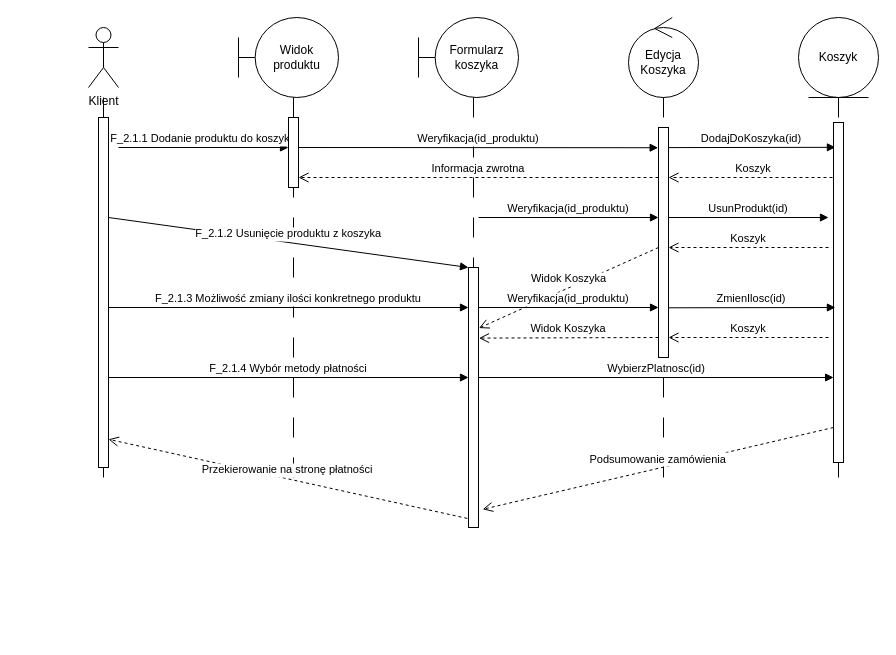
This is Diagramy/Koszyk-diagram-sekwencji.drawio from mrzewnicki/Pandronka, a draw.io file, before an edit. Source tidied: cells renumbered, new cells numbered last; positions are measured from the earlier drawing's top-left corner, leaving out a move shared by most shapes. Both pictures are drawn from the tidied source at 100%, with x=0, y=0 at pixel (88, 17).
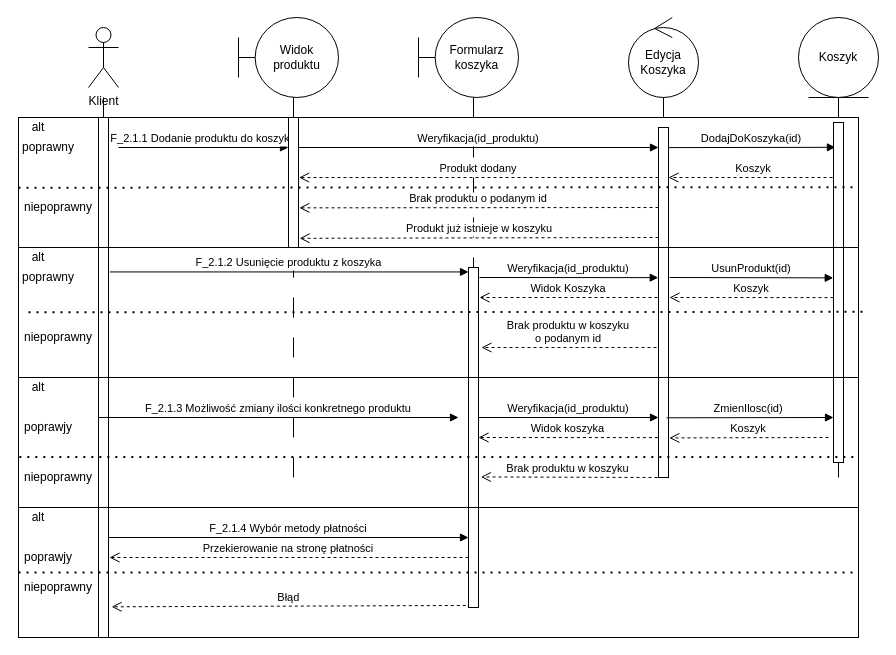
After the change.

Commit message (it also covers changes not shown here):
Zmiana diagramu koszyka

Unchanged cells that the change refers to:
```xml
<mxCell id="19" style="html=1;points=[];perimeter=orthogonalPerimeter;" parent="1" vertex="1">
  <mxGeometry x="745" y="105" width="10" height="340" as="geometry" />
</mxCell>
```

The edit, as a diff of the source:
```diff
@@
     <mxCell id="14" style="html=1;points=[];perimeter=orthogonalPerimeter;" parent="1" vertex="1">
-      <mxGeometry x="10" y="100" width="10" height="350" as="geometry" />
+      <mxGeometry x="10" y="100" width="10" height="520" as="geometry" />
     </mxCell>
-    <mxCell id="15" value="Weryfikacja(id_produktu)" style="verticalAlign=bottom;endArrow=block;shadow=0;strokeWidth=1;entryX=-0.036;entryY=0.088;entryDx=0;entryDy=0;entryPerimeter=0;" parent="1" edge="1" target="17">
+    <mxCell id="15" value="Weryfikacja(id_produktu)" style="verticalAlign=bottom;endArrow=block;shadow=0;strokeWidth=1;" parent="1" edge="1">
       <mxGeometry relative="1" as="geometry">
         <mxPoint x="210" y="130" as="sourcePoint" />
+        <mxPoint x="570" y="130" as="targetPoint" />
       </mxGeometry>
     </mxCell>
     <mxCell id="16" style="html=1;points=[];perimeter=orthogonalPerimeter;" parent="1" vertex="1">
-      <mxGeometry x="200" y="100" width="10" height="70" as="geometry" />
+      <mxGeometry x="200" y="100" width="10" height="130" as="geometry" />
     </mxCell>
     <mxCell id="17" style="html=1;points=[];perimeter=orthogonalPerimeter;" parent="1" vertex="1">
-      <mxGeometry x="570" y="110" width="10" height="230" as="geometry" />
+      <mxGeometry x="570" y="110" width="10" height="350" as="geometry" />
     </mxCell>
@@
-    <mxCell id="20" value="Informacja zwrotna" style="verticalAlign=bottom;endArrow=open;dashed=1;endSize=8;exitX=0;exitY=0.95;shadow=0;strokeWidth=1;entryX=1;entryY=0.857;entryDx=0;entryDy=0;entryPerimeter=0;" parent="1" edge="1" target="16">
+    <mxCell id="20" value="Produkt dodany" style="verticalAlign=bottom;endArrow=open;dashed=1;endSize=8;exitX=0;exitY=0.95;shadow=0;strokeWidth=1;entryX=1.055;entryY=0.462;entryDx=0;entryDy=0;entryPerimeter=0;" parent="1" edge="1" target="16">
       <mxGeometry relative="1" as="geometry">
         <mxPoint x="570" y="160" as="sourcePoint" />
       </mxGeometry>
     </mxCell>
-    <mxCell id="21" value="F_2.1.2 Usunięcie produktu z koszyka" style="verticalAlign=bottom;endArrow=block;shadow=0;strokeWidth=1;" parent="1" edge="1" target="22">
-      <mxGeometry relative="1" as="geometry">
-        <mxPoint x="20" y="200" as="sourcePoint" />
-      </mxGeometry>
+    <mxCell id="21" value="F_2.1.2 Usunięcie produktu z koszyka" style="verticalAlign=bottom;endArrow=block;shadow=0;strokeWidth=1;exitX=1.139;exitY=0.297;exitDx=0;exitDy=0;exitPerimeter=0;" parent="1" edge="1" source="14" target="22">
+      <mxGeometry relative="1" as="geometry" />
     </mxCell>
     <mxCell id="22" style="html=1;points=[];perimeter=orthogonalPerimeter;" parent="1" vertex="1">
-      <mxGeometry x="380" y="250" width="10" height="260" as="geometry" />
+      <mxGeometry x="380" y="250" width="10" height="340" as="geometry" />
     </mxCell>
-    <mxCell id="23" value="Weryfikacja(id_produktu)" style="verticalAlign=bottom;endArrow=block;shadow=0;strokeWidth=1;" parent="1" edge="1">
+    <mxCell id="23" value="Weryfikacja(id_produktu)" style="verticalAlign=bottom;endArrow=block;shadow=0;strokeWidth=1;entryX=-0.024;entryY=0.429;entryDx=0;entryDy=0;entryPerimeter=0;" parent="1" edge="1" target="17">
       <mxGeometry relative="1" as="geometry">
-        <mxPoint x="390" y="200" as="sourcePoint" />
-        <mxPoint x="570" y="200" as="targetPoint" />
+        <mxPoint x="391" y="260" as="sourcePoint" />
       </mxGeometry>
     </mxCell>
-    <mxCell id="24" value="UsunProdukt(id)" style="verticalAlign=bottom;endArrow=block;shadow=0;strokeWidth=1;" parent="1" edge="1">
+    <mxCell id="24" value="UsunProdukt(id)" style="verticalAlign=bottom;endArrow=block;shadow=0;strokeWidth=1;entryX=-0.026;entryY=0.457;entryDx=0;entryDy=0;entryPerimeter=0;" parent="1" edge="1" target="19">
       <mxGeometry relative="1" as="geometry">
-        <mxPoint x="580" y="200" as="sourcePoint" />
-        <mxPoint x="740" y="200" as="targetPoint" />
+        <mxPoint x="581" y="260" as="sourcePoint" />
       </mxGeometry>
     </mxCell>
-    <mxCell id="25" value="Koszyk" style="verticalAlign=bottom;endArrow=open;dashed=1;endSize=8;shadow=0;strokeWidth=1;" parent="1" edge="1">
+    <mxCell id="25" value="Koszyk" style="verticalAlign=bottom;endArrow=open;dashed=1;endSize=8;shadow=0;strokeWidth=1;exitX=0.003;exitY=0.515;exitDx=0;exitDy=0;exitPerimeter=0;" parent="1" edge="1" source="19">
       <mxGeometry relative="1" as="geometry">
-        <mxPoint x="740" y="230" as="sourcePoint" />
-        <mxPoint x="580" y="230" as="targetPoint" />
+        <mxPoint x="581" y="280" as="targetPoint" />
       </mxGeometry>
     </mxCell>
-    <mxCell id="26" value="Widok Koszyka" style="verticalAlign=bottom;endArrow=open;dashed=1;endSize=8;shadow=0;strokeWidth=1;entryX=1.046;entryY=0.233;entryDx=0;entryDy=0;entryPerimeter=0;" parent="1" edge="1" target="22">
+    <mxCell id="26" value="Widok Koszyka" style="verticalAlign=bottom;endArrow=open;dashed=1;endSize=8;shadow=0;strokeWidth=1;" parent="1" edge="1">
       <mxGeometry relative="1" as="geometry">
-        <mxPoint x="570" y="230" as="sourcePoint" />
+        <mxPoint x="569" y="280" as="sourcePoint" />
+        <mxPoint x="391" y="280" as="targetPoint" />
       </mxGeometry>
     </mxCell>
     <mxCell id="27" value="F_2.1.3 Możliwość zmiany ilości konkretnego produktu" style="verticalAlign=bottom;endArrow=block;shadow=0;strokeWidth=1;" parent="1" edge="1">
       <mxGeometry relative="1" as="geometry">
-        <mxPoint x="20" y="290" as="sourcePoint" />
-        <mxPoint x="380" y="290" as="targetPoint" />
+        <mxPoint x="10" y="400" as="sourcePoint" />
+        <mxPoint x="370" y="400" as="targetPoint" />
       </mxGeometry>
     </mxCell>
     <mxCell id="28" value="Weryfikacja(id_produktu)" style="verticalAlign=bottom;endArrow=block;shadow=0;strokeWidth=1;" parent="1" edge="1">
       <mxGeometry relative="1" as="geometry">
-        <mxPoint x="390" y="290" as="sourcePoint" />
-        <mxPoint x="570" y="290" as="targetPoint" />
+        <mxPoint x="390" y="400" as="sourcePoint" />
+        <mxPoint x="570" y="400" as="targetPoint" />
       </mxGeometry>
     </mxCell>
     <mxCell id="29" value="ZmienIlosc(id)" style="verticalAlign=bottom;endArrow=block;shadow=0;strokeWidth=1;entryX=0.192;entryY=0.073;entryDx=0;entryDy=0;entryPerimeter=0;" parent="1" edge="1">
-      <mxGeometry relative="1" as="geometry">
-        <mxPoint x="580" y="290.3" as="sourcePoint" />
-        <mxPoint x="746.9" y="290" as="targetPoint" />
+      <mxGeometry x="-0.02" relative="1" as="geometry">
+        <mxPoint x="578.1" y="400.3" as="sourcePoint" />
+        <mxPoint x="745" y="400" as="targetPoint" />
       </mxGeometry>
     </mxCell>
+    <mxCell id="32" value="F_2.1.4 Wybór metody płatności" style="verticalAlign=bottom;endArrow=block;shadow=0;strokeWidth=1;" parent="1" edge="1">
+      <mxGeometry relative="1" as="geometry">
+        <mxPoint x="20" y="520" as="sourcePoint" />
+        <mxPoint x="380" y="520" as="targetPoint" />
+      </mxGeometry>
+    </mxCell>
+    <mxCell id="35" value="Przekierowanie na stronę płatności" style="verticalAlign=bottom;endArrow=open;dashed=1;endSize=8;shadow=0;strokeWidth=1;exitX=0;exitY=0.853;exitDx=0;exitDy=0;exitPerimeter=0;" parent="1" edge="1" source="22">
+      <mxGeometry relative="1" as="geometry">
+        <mxPoint x="21" y="540" as="targetPoint" />
+      </mxGeometry>
+    </mxCell>
+    <mxCell id="36" value="Brak produktu o podanym id" style="verticalAlign=bottom;endArrow=open;dashed=1;endSize=8;shadow=0;strokeWidth=1;entryX=1.081;entryY=0.695;entryDx=0;entryDy=0;entryPerimeter=0;" parent="1" edge="1" target="16">
+      <mxGeometry relative="1" as="geometry">
+        <mxPoint x="570" y="190" as="sourcePoint" />
+      </mxGeometry>
+    </mxCell>
+    <mxCell id="37" value="Produkt już istnieje w koszyku" style="verticalAlign=bottom;endArrow=open;dashed=1;endSize=8;exitX=-0.031;exitY=0.346;shadow=0;strokeWidth=1;exitDx=0;exitDy=0;exitPerimeter=0;entryX=1.081;entryY=0.695;entryDx=0;entryDy=0;entryPerimeter=0;" parent="1" edge="1">
+      <mxGeometry relative="1" as="geometry">
+        <mxPoint x="570" y="220" as="sourcePoint" />
+        <mxPoint x="211.1" y="220.8" as="targetPoint" />
+      </mxGeometry>
+    </mxCell>
+    <mxCell id="38" style="rounded=0;whiteSpace=wrap;html=1;fillColor=none;" parent="1" vertex="1">
+      <mxGeometry x="-70" y="100" width="840" height="130" as="geometry" />
+    </mxCell>
+    <mxCell id="39" style="endArrow=none;dashed=1;html=1;dashPattern=1 3;strokeWidth=2;exitX=0;exitY=0.54;exitDx=0;exitDy=0;entryX=1;entryY=0.536;entryDx=0;entryDy=0;entryPerimeter=0;exitPerimeter=0;" parent="1" edge="1" source="38" target="38">
+      <mxGeometry relative="1" as="geometry" />
+    </mxCell>
+    <mxCell id="40" value="Brak produktu w koszyku &#10;o podanym id" style="verticalAlign=bottom;endArrow=open;dashed=1;endSize=8;shadow=0;strokeWidth=1;" parent="1" edge="1">
+      <mxGeometry relative="1" as="geometry">
+        <mxPoint x="568" y="330" as="sourcePoint" />
+        <mxPoint x="393" y="330" as="targetPoint" />
+      </mxGeometry>
+    </mxCell>
+    <mxCell id="41" style="endArrow=none;dashed=1;html=1;dashPattern=1 3;strokeWidth=2;exitX=0;exitY=0.54;exitDx=0;exitDy=0;entryX=1;entryY=0.536;entryDx=0;entryDy=0;entryPerimeter=0;exitPerimeter=0;" parent="1" edge="1">
+      <mxGeometry relative="1" as="geometry">
+        <mxPoint x="-60" y="294.8" as="sourcePoint" />
+        <mxPoint x="780" y="294.3" as="targetPoint" />
+      </mxGeometry>
+    </mxCell>
+    <mxCell id="42" value="alt" style="text;html=1;strokeColor=none;fillColor=none;align=center;verticalAlign=middle;whiteSpace=wrap;rounded=0;" parent="1" vertex="1">
+      <mxGeometry x="-70" y="100" width="40" height="20" as="geometry" />
+    </mxCell>
+    <mxCell id="43" value="alt" style="text;html=1;strokeColor=none;fillColor=none;align=center;verticalAlign=middle;whiteSpace=wrap;rounded=0;" parent="1" vertex="1">
+      <mxGeometry x="-70" y="230" width="40" height="20" as="geometry" />
+    </mxCell>
+    <mxCell id="44" value="poprawny" style="text;html=1;strokeColor=none;fillColor=none;align=center;verticalAlign=middle;whiteSpace=wrap;rounded=0;" parent="1" vertex="1">
+      <mxGeometry x="-60" y="120" width="40" height="20" as="geometry" />
+    </mxCell>
+    <mxCell id="45" value="poprawny" style="text;html=1;strokeColor=none;fillColor=none;align=center;verticalAlign=middle;whiteSpace=wrap;rounded=0;" parent="1" vertex="1">
+      <mxGeometry x="-60" y="250" width="40" height="20" as="geometry" />
+    </mxCell>
+    <mxCell id="46" value="niepoprawny" style="text;html=1;strokeColor=none;fillColor=none;align=center;verticalAlign=middle;whiteSpace=wrap;rounded=0;" parent="1" vertex="1">
+      <mxGeometry x="-50" y="180" width="40" height="20" as="geometry" />
+    </mxCell>
+    <mxCell id="47" value="niepoprawny" style="text;html=1;strokeColor=none;fillColor=none;align=center;verticalAlign=middle;whiteSpace=wrap;rounded=0;" parent="1" vertex="1">
+      <mxGeometry x="-50" y="310" width="40" height="20" as="geometry" />
+    </mxCell>
-    <mxCell id="30" value="Koszyk" style="verticalAlign=bottom;endArrow=open;dashed=1;endSize=8;shadow=0;strokeWidth=1;" parent="1" edge="1">
+    <mxCell id="30" value="Koszyk" style="verticalAlign=bottom;endArrow=open;dashed=1;endSize=8;shadow=0;strokeWidth=1;entryX=1.082;entryY=0.887;entryDx=0;entryDy=0;entryPerimeter=0;" parent="1" edge="1" target="17">
       <mxGeometry relative="1" as="geometry">
-        <mxPoint x="740" y="320" as="sourcePoint" />
-        <mxPoint x="580" y="320" as="targetPoint" />
+        <mxPoint x="740" y="420" as="sourcePoint" />
       </mxGeometry>
     </mxCell>
-    <mxCell id="31" value="Widok Koszyka" style="verticalAlign=bottom;endArrow=open;dashed=1;endSize=8;shadow=0;strokeWidth=1;entryX=1.046;entryY=0.233;entryDx=0;entryDy=0;entryPerimeter=0;" parent="1" edge="1">
-      <mxGeometry relative="1" as="geometry">
-        <mxPoint x="570" y="320" as="sourcePoint" />
-        <mxPoint x="390.5" y="320.6" as="targetPoint" />
-      </mxGeometry>
-    </mxCell>
-    <mxCell id="32" value="F_2.1.4 Wybór metody płatności" style="verticalAlign=bottom;endArrow=block;shadow=0;strokeWidth=1;" parent="1" edge="1">
-      <mxGeometry relative="1" as="geometry">
-        <mxPoint x="20" y="360" as="sourcePoint" />
-        <mxPoint x="380" y="360" as="targetPoint" />
-      </mxGeometry>
-    </mxCell>
-    <mxCell id="33" value="WybierzPlatnosc(id)" style="verticalAlign=bottom;endArrow=block;shadow=0;strokeWidth=1;entryX=0.01;entryY=0.75;entryDx=0;entryDy=0;entryPerimeter=0;" parent="1" edge="1" target="19">
-      <mxGeometry relative="1" as="geometry">
-        <mxPoint x="390" y="360" as="sourcePoint" />
-      </mxGeometry>
-    </mxCell>
-    <mxCell id="34" value="Podsumowanie zamówienia" style="verticalAlign=bottom;endArrow=open;dashed=1;endSize=8;shadow=0;strokeWidth=1;entryX=1.419;entryY=0.93;entryDx=0;entryDy=0;entryPerimeter=0;" parent="1" edge="1" target="22">
-      <mxGeometry relative="1" as="geometry">
-        <mxPoint x="745" y="410" as="sourcePoint" />
-      </mxGeometry>
-    </mxCell>
-    <mxCell id="35" value="Przekierowanie na stronę płatności" style="verticalAlign=bottom;endArrow=open;dashed=1;endSize=8;shadow=0;strokeWidth=1;entryX=1.419;entryY=0.93;entryDx=0;entryDy=0;entryPerimeter=0;exitX=-0.126;exitY=0.965;exitDx=0;exitDy=0;exitPerimeter=0;" parent="1" edge="1" source="22">
-      <mxGeometry relative="1" as="geometry">
-        <mxPoint x="20" y="421.8" as="targetPoint" />
-      </mxGeometry>
-    </mxCell>
+    <mxCell id="48" value="Widok koszyka" style="verticalAlign=bottom;endArrow=open;dashed=1;endSize=8;shadow=0;strokeWidth=1;exitX=-0.06;exitY=0.886;exitDx=0;exitDy=0;exitPerimeter=0;" parent="1" edge="1" source="17">
+      <mxGeometry relative="1" as="geometry">
+        <mxPoint x="390" y="420" as="targetPoint" />
+      </mxGeometry>
+    </mxCell>
+    <mxCell id="49" value="Brak produktu w koszyku " style="verticalAlign=bottom;endArrow=open;dashed=1;endSize=8;shadow=0;strokeWidth=1;entryX=1.239;entryY=0.616;entryDx=0;entryDy=0;entryPerimeter=0;" parent="1" edge="1" target="22">
+      <mxGeometry relative="1" as="geometry">
+        <mxPoint x="569" y="460" as="sourcePoint" />
+      </mxGeometry>
+    </mxCell>
+    <mxCell id="50" style="rounded=0;whiteSpace=wrap;html=1;fillColor=none;" parent="1" vertex="1">
+      <mxGeometry x="-70" y="230" width="840" height="130" as="geometry" />
+    </mxCell>
+    <mxCell id="51" style="rounded=0;whiteSpace=wrap;html=1;fillColor=none;" parent="1" vertex="1">
+      <mxGeometry x="-70" y="360" width="840" height="130" as="geometry" />
+    </mxCell>
+    <mxCell id="52" style="endArrow=none;dashed=1;html=1;dashPattern=1 3;strokeWidth=2;exitX=0.001;exitY=0.612;exitDx=0;exitDy=0;entryX=1;entryY=0.611;entryDx=0;entryDy=0;entryPerimeter=0;exitPerimeter=0;" parent="1" edge="1" source="51" target="51">
+      <mxGeometry relative="1" as="geometry" />
+    </mxCell>
+    <mxCell id="53" value="Błąd" style="verticalAlign=bottom;endArrow=open;dashed=1;endSize=8;shadow=0;strokeWidth=1;entryX=1.309;entryY=0.941;entryDx=0;entryDy=0;entryPerimeter=0;exitX=-0.268;exitY=0.994;exitDx=0;exitDy=0;exitPerimeter=0;" parent="1" edge="1" source="22" target="14">
+      <mxGeometry relative="1" as="geometry" />
+    </mxCell>
+    <mxCell id="54" value="alt" style="text;html=1;strokeColor=none;fillColor=none;align=center;verticalAlign=middle;whiteSpace=wrap;rounded=0;" parent="1" vertex="1">
+      <mxGeometry x="-70" y="360" width="40" height="20" as="geometry" />
+    </mxCell>
+    <mxCell id="55" value="poprawjy" style="text;html=1;strokeColor=none;fillColor=none;align=center;verticalAlign=middle;whiteSpace=wrap;rounded=0;" parent="1" vertex="1">
+      <mxGeometry x="-60" y="400" width="40" height="20" as="geometry" />
+    </mxCell>
+    <mxCell id="56" value="niepoprawny" style="text;html=1;strokeColor=none;fillColor=none;align=center;verticalAlign=middle;whiteSpace=wrap;rounded=0;" parent="1" vertex="1">
+      <mxGeometry x="-50" y="450" width="40" height="20" as="geometry" />
+    </mxCell>
+    <mxCell id="57" style="rounded=0;whiteSpace=wrap;html=1;fillColor=none;" parent="1" vertex="1">
+      <mxGeometry x="-70" y="490" width="840" height="130" as="geometry" />
+    </mxCell>
+    <mxCell id="58" style="endArrow=none;dashed=1;html=1;dashPattern=1 3;strokeWidth=2;exitX=0;exitY=0.5;exitDx=0;exitDy=0;entryX=1;entryY=0.5;entryDx=0;entryDy=0;" parent="1" edge="1" source="57" target="57">
+      <mxGeometry relative="1" as="geometry" />
+    </mxCell>
+    <mxCell id="59" value="alt" style="text;html=1;strokeColor=none;fillColor=none;align=center;verticalAlign=middle;whiteSpace=wrap;rounded=0;" parent="1" vertex="1">
+      <mxGeometry x="-70" y="490" width="40" height="20" as="geometry" />
+    </mxCell>
+    <mxCell id="60" value="poprawjy" style="text;html=1;strokeColor=none;fillColor=none;align=center;verticalAlign=middle;whiteSpace=wrap;rounded=0;" parent="1" vertex="1">
+      <mxGeometry x="-60" y="530" width="40" height="20" as="geometry" />
+    </mxCell>
+    <mxCell id="61" value="niepoprawny" style="text;html=1;strokeColor=none;fillColor=none;align=center;verticalAlign=middle;whiteSpace=wrap;rounded=0;" parent="1" vertex="1">
+      <mxGeometry x="-50" y="560" width="40" height="20" as="geometry" />
+    </mxCell>
```
